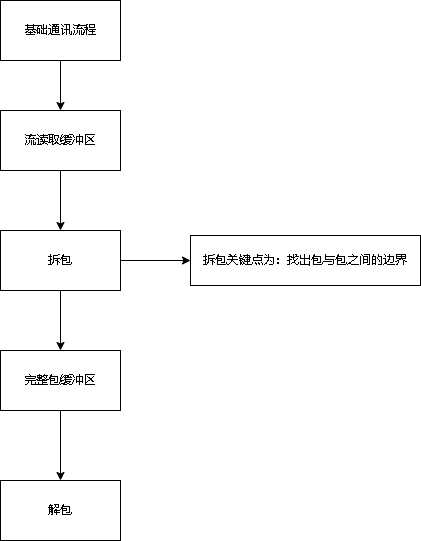
This is cgo8_通讯设计.drawio.png from xktder/draw, a draw.io export, as it was before one commit. Source tidied: cells renumbered, new cells last; positions are measured from the earlier drawing's top-left corner, leaving out a move shared by most shapes.
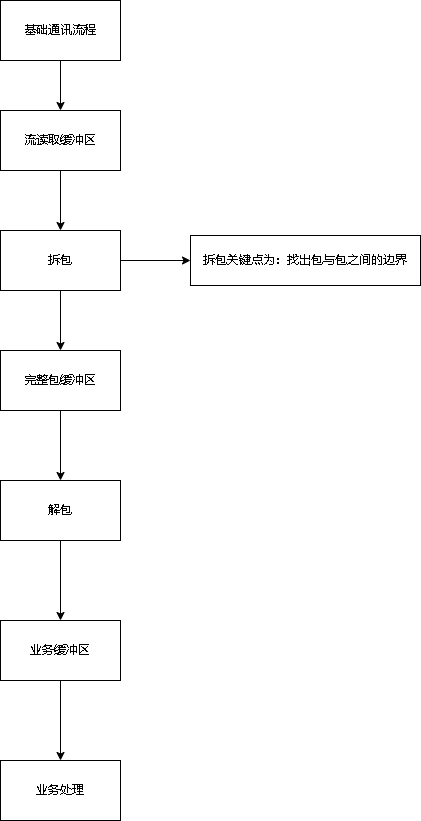
The same file after the commit.

Commit message:
更新cgo8_通讯设计.drawio.png

Diff of the diagram source:
```diff
@@ -29,11 +29,23 @@
     <mxCell id="10" value="完整包缓冲区" style="whiteSpace=wrap;html=1;rounded=0;" parent="1" vertex="1">
       <mxGeometry y="350" width="120" height="60" as="geometry" />
     </mxCell>
+    <mxCell id="13" style="edgeStyle=orthogonalEdgeStyle;rounded=0;jettySize=auto;html=1;" parent="1" edge="1" source="11" target="15">
+      <mxGeometry relative="1" as="geometry" />
+    </mxCell>
     <mxCell id="11" value="解包" style="whiteSpace=wrap;html=1;rounded=0;" parent="1" vertex="1">
       <mxGeometry y="480" width="120" height="60" as="geometry" />
     </mxCell>
     <mxCell id="12" value="拆包关键点为：找出包与包之间的边界" style="whiteSpace=wrap;html=1;rounded=0;" parent="1" vertex="1">
       <mxGeometry x="190" y="235" width="230" height="50" as="geometry" />
     </mxCell>
+    <mxCell id="14" style="edgeStyle=orthogonalEdgeStyle;rounded=0;jettySize=auto;html=1;" parent="1" edge="1" source="15" target="16">
+      <mxGeometry relative="1" as="geometry" />
+    </mxCell>
+    <mxCell id="15" value="业务缓冲区" style="whiteSpace=wrap;html=1;rounded=0;" parent="1" vertex="1">
+      <mxGeometry y="620" width="120" height="60" as="geometry" />
+    </mxCell>
+    <mxCell id="16" value="业务处理" style="whiteSpace=wrap;html=1;rounded=0;" parent="1" vertex="1">
+      <mxGeometry y="760" width="120" height="60" as="geometry" />
+    </mxCell>
   </root>
 </mxGraphModel>
```
